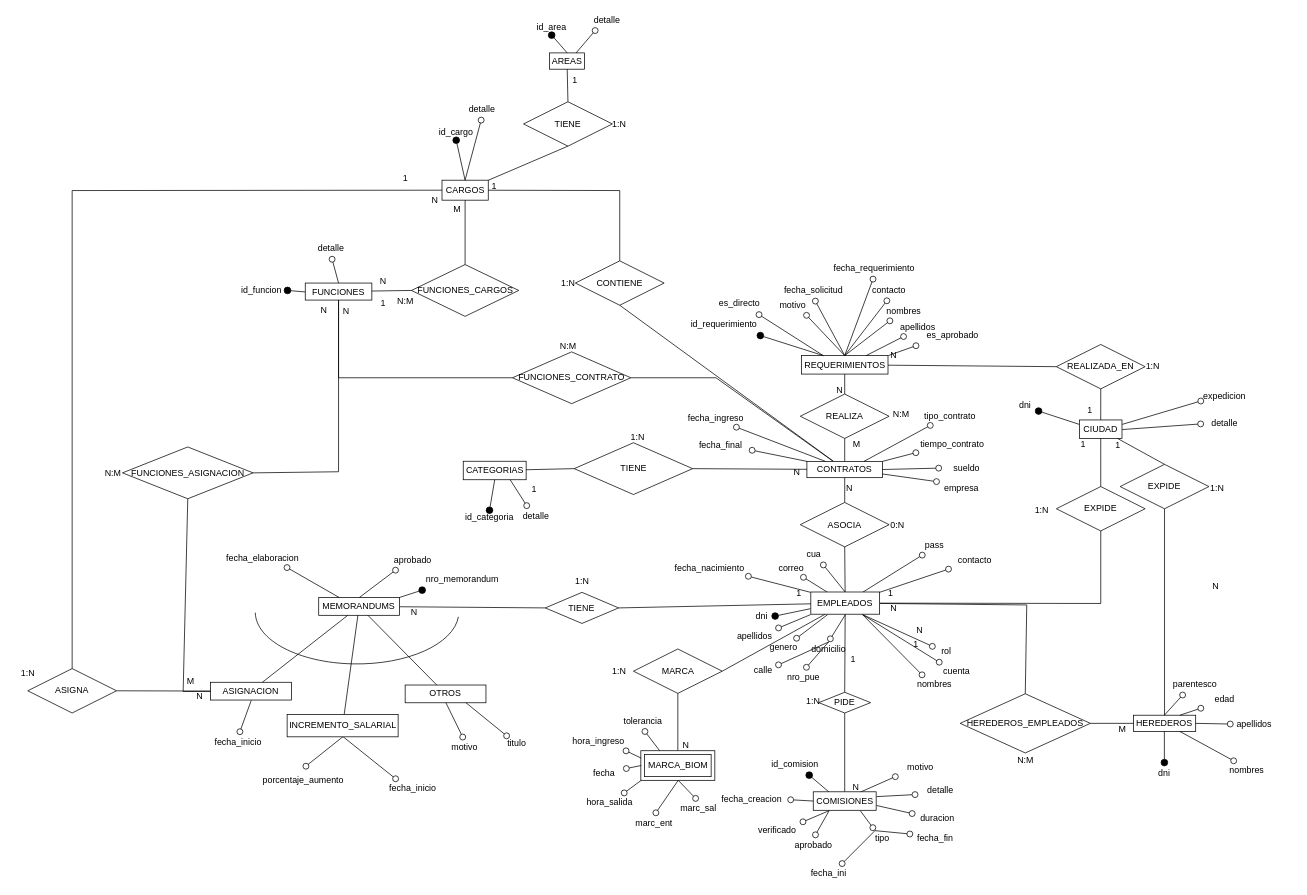
The draw.io diagram page "Página-2" (2 of 4) of Diagrama SRH.drawio in tomyivan/diagramas-DB, before the edit. Source tidied: cells renumbered, new cells numbered last; positions are measured from the earlier drawing's top-left corner, leaving out a move shared by most shapes. Both pictures are drawn from the tidied source at 74%, with x=0, y=0 at pixel (13, 13).
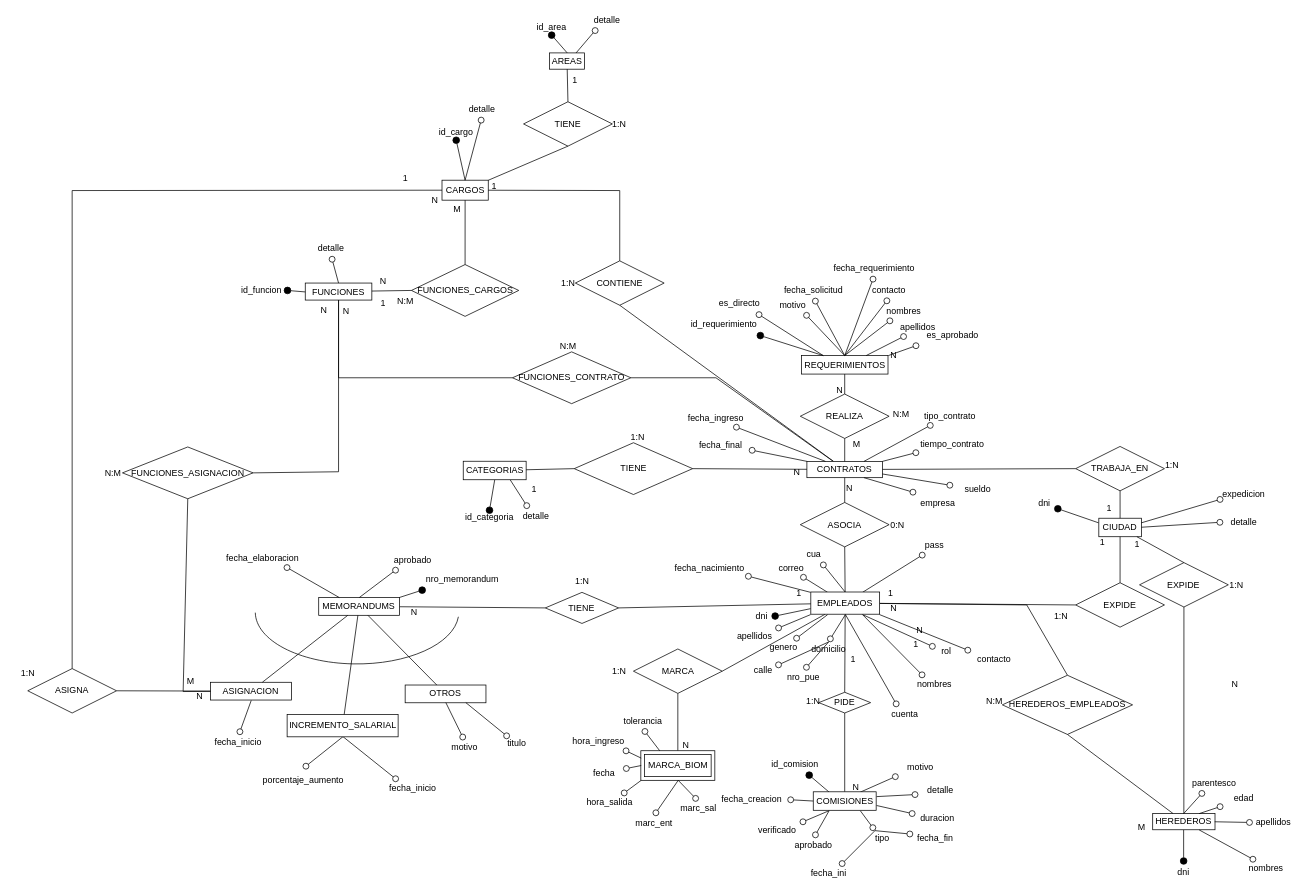
After the change.

The change refers to these unchanged cells:
```xml
<mxCell id="2" value="REQUERIMIENTOS" style="whiteSpace=wrap;html=1;align=center;rounded=0;" parent="1" vertex="1">
  <mxGeometry x="1065.5" y="463" width="117" height="25" as="geometry" />
</mxCell>
<mxCell id="168" value="CONTRATOS" style="whiteSpace=wrap;html=1;align=center;rounded=0;" parent="1" vertex="1">
  <mxGeometry x="1072.9" y="606" width="102.2" height="22" as="geometry" />
</mxCell>
<mxCell id="197" value="EMPLEADOS" style="whiteSpace=wrap;html=1;align=center;rounded=0;" parent="1" vertex="1">
  <mxGeometry x="1078.2" y="782.5" width="93" height="30" as="geometry" />
</mxCell>
```

Diff of the diagram source:
```diff
@@
     <mxCell id="72" value="contacto" style="whiteSpace=wrap;html=1;align=center;strokeColor=none;fillColor=none;rounded=0;" parent="1" vertex="1">
-      <mxGeometry x="1269" y="730" width="62.2" height="20" as="geometry" />
+      <mxGeometry x="1295.1" y="862.8" width="62.2" height="20" as="geometry" />
     </mxCell>
@@
     <mxCell id="84" value="CIUDAD" style="whiteSpace=wrap;html=1;align=center;rounded=0;" parent="1" vertex="1">
-      <mxGeometry x="1441.2" y="550" width="57.5" height="25" as="geometry" />
+      <mxGeometry x="1467.4" y="682.8" width="57.5" height="25" as="geometry" />
     </mxCell>
@@
     <mxCell id="88" value="detalle" style="whiteSpace=wrap;html=1;align=center;strokeColor=none;fillColor=none;rounded=0;" parent="1" vertex="1">
-      <mxGeometry x="1610" y="545" width="55" height="20" as="geometry" />
+      <mxGeometry x="1636.1" y="677.8" width="55" height="20" as="geometry" />
     </mxCell>
     <mxCell id="89" value="dni" style="whiteSpace=wrap;html=1;align=center;strokeColor=none;fillColor=none;rounded=0;" parent="1" vertex="1">
-      <mxGeometry x="1350" y="515" width="36" height="30" as="geometry" />
+      <mxGeometry x="1376.1" y="647.8" width="36" height="30" as="geometry" />
     </mxCell>
     <mxCell id="90" value="expedicion" style="whiteSpace=wrap;html=1;align=center;strokeColor=none;fillColor=none;rounded=0;" parent="1" vertex="1">
-      <mxGeometry x="1610" y="508" width="55" height="20" as="geometry" />
+      <mxGeometry x="1636.1" y="640.8" width="55" height="20" as="geometry" />
     </mxCell>
     <mxCell id="91" value="EXPIDE" style="shape=rhombus;perimeter=rhombusPerimeter;whiteSpace=wrap;html=1;align=center;rounded=0;" parent="1" vertex="1">
-      <mxGeometry x="1410" y="640" width="120" height="60" as="geometry" />
+      <mxGeometry x="1436.1" y="770" width="120" height="60" as="geometry" />
     </mxCell>
     <mxCell id="92" value="1" style="text;html=1;align=center;verticalAlign=middle;strokeColor=none;fillColor=none;rounded=0;" parent="1" vertex="1">
-      <mxGeometry x="1430.8" y="568" width="30" height="30" as="geometry" />
+      <mxGeometry x="1456.9" y="700.8" width="30" height="30" as="geometry" />
     </mxCell>
-    <mxCell id="93" value="1:N" style="text;html=1;align=center;verticalAlign=middle;strokeColor=none;fillColor=none;rounded=0;" parent="1" vertex="1">
-      <mxGeometry x="1370" y="656.5" width="40" height="30" as="geometry" />
+    <mxCell id="93" value="1:N" style="text;html=1;align=center;verticalAlign=middle;strokeColor=none;fillColor=none;rounded=0;rotation=0;" parent="1" vertex="1">
+      <mxGeometry x="1396.1" y="800" width="40" height="30" as="geometry" />
     </mxCell>
@@
-    <mxCell id="95" value="REALIZADA_EN" style="shape=rhombus;perimeter=rhombusPerimeter;whiteSpace=wrap;html=1;align=center;rounded=0;" parent="1" vertex="1">
-      <mxGeometry x="1410" y="448" width="120" height="60" as="geometry" />
+    <mxCell id="95" value="TRABAJA_EN" style="shape=rhombus;perimeter=rhombusPerimeter;whiteSpace=wrap;html=1;align=center;rounded=0;" parent="1" vertex="1">
+      <mxGeometry x="1436.1" y="585.8" width="120" height="60" as="geometry" />
     </mxCell>
-    <mxCell id="96" style="endArrow=none;html=1;rounded=0;entryX=0.5;entryY=1;entryDx=0;entryDy=0;" parent="1" edge="1" source="197" target="91">
-      <mxGeometry relative="1" as="geometry">
-        <Array as="points">
-          <mxPoint x="1470" y="798" />
-        </Array>
-      </mxGeometry>
+    <mxCell id="96" style="endArrow=none;html=1;rounded=0;entryX=0;entryY=0.5;entryDx=0;entryDy=0;" parent="1" edge="1" source="197" target="91">
+      <mxGeometry relative="1" as="geometry" />
     </mxCell>
@@
     <mxCell id="100" value="1" style="text;html=1;align=center;verticalAlign=middle;strokeColor=none;fillColor=none;rounded=0;" parent="1" vertex="1">
-      <mxGeometry x="1440" y="522.2" width="30" height="30" as="geometry" />
+      <mxGeometry x="1466.1" y="655" width="30" height="30" as="geometry" />
     </mxCell>
     <mxCell id="101" value="1:N" style="text;html=1;align=center;verticalAlign=middle;strokeColor=none;fillColor=none;rounded=0;" parent="1" vertex="1">
-      <mxGeometry x="1520" y="463" width="40" height="30" as="geometry" />
+      <mxGeometry x="1546.1" y="595.8" width="40" height="30" as="geometry" />
     </mxCell>
     <mxCell id="102" value="HEREDEROS" style="whiteSpace=wrap;html=1;align=center;rounded=0;" parent="1" vertex="1">
-      <mxGeometry x="1514.1" y="949" width="84.2" height="22" as="geometry" />
+      <mxGeometry x="1540.2" y="1081.8" width="84.2" height="22" as="geometry" />
     </mxCell>
     <mxCell id="103" value="HEREDEROS_EMPLEADOS" style="shape=rhombus;perimeter=rhombusPerimeter;whiteSpace=wrap;html=1;align=center;rounded=0;" parent="1" vertex="1">
-      <mxGeometry x="1280" y="920" width="176" height="80" as="geometry" />
+      <mxGeometry x="1337" y="895" width="176" height="80" as="geometry" />
     </mxCell>
@@
-    <mxCell id="105" style="endArrow=none;html=1;rounded=0;exitX=1;exitY=0.5;exitDx=0;exitDy=0;" parent="1" edge="1" source="103" target="102">
+    <mxCell id="105" style="endArrow=none;html=1;rounded=0;exitX=0.5;exitY=1;exitDx=0;exitDy=0;" parent="1" edge="1" source="103" target="102">
       <mxGeometry relative="1" as="geometry" />
     </mxCell>
@@
     <mxCell id="107" value="M" style="text;html=1;align=center;verticalAlign=middle;strokeColor=none;fillColor=none;rounded=0;" parent="1" vertex="1">
-      <mxGeometry x="1484.1" y="953" width="30" height="30" as="geometry" />
+      <mxGeometry x="1510.2" y="1085.8" width="30" height="30" as="geometry" />
     </mxCell>
     <mxCell id="108" value="N:M" style="text;html=1;align=center;verticalAlign=middle;strokeColor=none;fillColor=none;rounded=0;" parent="1" vertex="1">
-      <mxGeometry x="1343" y="995" width="50" height="30" as="geometry" />
+      <mxGeometry x="1301.3" y="916" width="50" height="30" as="geometry" />
     </mxCell>
     <mxCell id="109" value="EXPIDE" style="shape=rhombus;perimeter=rhombusPerimeter;whiteSpace=wrap;html=1;align=center;rounded=0;" parent="1" vertex="1">
-      <mxGeometry x="1496.2" y="610" width="120" height="60" as="geometry" />
+      <mxGeometry x="1522.4" y="742.8" width="120" height="60" as="geometry" />
     </mxCell>
@@
     <mxCell id="112" value="1" style="text;html=1;align=center;verticalAlign=middle;strokeColor=none;fillColor=none;rounded=0;" parent="1" vertex="1">
-      <mxGeometry x="1477.5" y="570" width="30" height="30" as="geometry" />
+      <mxGeometry x="1503.6" y="702.8" width="30" height="30" as="geometry" />
     </mxCell>
     <mxCell id="113" value="N" style="text;html=1;align=center;verticalAlign=middle;strokeColor=none;fillColor=none;rounded=0;" parent="1" vertex="1">
-      <mxGeometry x="1610" y="760" width="30" height="30" as="geometry" />
+      <mxGeometry x="1636.1" y="892.8" width="30" height="30" as="geometry" />
     </mxCell>
     <mxCell id="114" value="1:N" style="text;html=1;align=center;verticalAlign=middle;strokeColor=none;fillColor=none;rounded=0;" parent="1" vertex="1">
-      <mxGeometry x="1606.8" y="626.5" width="40" height="30" as="geometry" />
+      <mxGeometry x="1632.9" y="759.2" width="40" height="30" as="geometry" />
     </mxCell>
@@
     <mxCell id="116" value="dni" style="whiteSpace=wrap;html=1;align=center;strokeColor=none;fillColor=none;rounded=0;" parent="1" vertex="1">
-      <mxGeometry x="1538.2" y="1013" width="36" height="30" as="geometry" />
+      <mxGeometry x="1564.4" y="1145.8" width="36" height="30" as="geometry" />
     </mxCell>
     <mxCell id="117" value="nombres" style="whiteSpace=wrap;html=1;align=center;strokeColor=none;fillColor=none;rounded=0;" parent="1" vertex="1">
-      <mxGeometry x="1640" y="1013" width="55" height="20" as="geometry" />
+      <mxGeometry x="1666.1" y="1145.8" width="55" height="20" as="geometry" />
     </mxCell>
     <mxCell id="118" value="apellidos" style="whiteSpace=wrap;html=1;align=center;strokeColor=none;fillColor=none;rounded=0;" parent="1" vertex="1">
-      <mxGeometry x="1650" y="951" width="55" height="20" as="geometry" />
+      <mxGeometry x="1676.1" y="1083.8" width="55" height="20" as="geometry" />
     </mxCell>
@@
     <mxCell id="122" value="edad" style="whiteSpace=wrap;html=1;align=center;strokeColor=none;fillColor=none;rounded=0;" parent="1" vertex="1">
-      <mxGeometry x="1610" y="918" width="55" height="20" as="geometry" />
+      <mxGeometry x="1636.1" y="1050.8" width="55" height="20" as="geometry" />
     </mxCell>
     <mxCell id="123" value="parentesco" style="whiteSpace=wrap;html=1;align=center;strokeColor=none;fillColor=none;rounded=0;" parent="1" vertex="1">
-      <mxGeometry x="1570" y="898" width="55" height="20" as="geometry" />
+      <mxGeometry x="1596.1" y="1030.8" width="55" height="20" as="geometry" />
     </mxCell>
@@
     <mxCell id="170" value="sueldo" style="whiteSpace=wrap;html=1;align=center;strokeColor=none;fillColor=none;rounded=0;" parent="1" vertex="1">
-      <mxGeometry x="1256.1" y="605" width="66" height="20" as="geometry" />
+      <mxGeometry x="1271" y="633.8" width="66" height="20" as="geometry" />
     </mxCell>
@@
     <mxCell id="189" value="cuenta" style="whiteSpace=wrap;html=1;align=center;strokeColor=none;fillColor=none;rounded=0;" parent="1" vertex="1">
-      <mxGeometry x="1256.1" y="880" width="38.8" height="20" as="geometry" />
+      <mxGeometry x="1186.4" y="938.2" width="38.8" height="20" as="geometry" />
     </mxCell>
@@
-    <mxCell id="196" style="endArrow=none;html=1;rounded=0;entryX=0;entryY=0.5;entryDx=0;entryDy=0;" parent="1" edge="1" source="2" target="95">
+    <mxCell id="196" style="endArrow=none;html=1;rounded=0;entryX=0;entryY=0.5;entryDx=0;entryDy=0;" parent="1" edge="1" source="168" target="95">
       <mxGeometry relative="1" as="geometry" />
     </mxCell>
@@
     <mxCell id="227" value="empresa" style="whiteSpace=wrap;html=1;align=center;strokeColor=none;fillColor=none;rounded=0;" parent="1" vertex="1">
-      <mxGeometry x="1252.8" y="626.9" width="58.1" height="29.2" as="geometry" />
+      <mxGeometry x="1220.8" y="648.5" width="58.1" height="29.2" as="geometry" />
     </mxCell>
```
